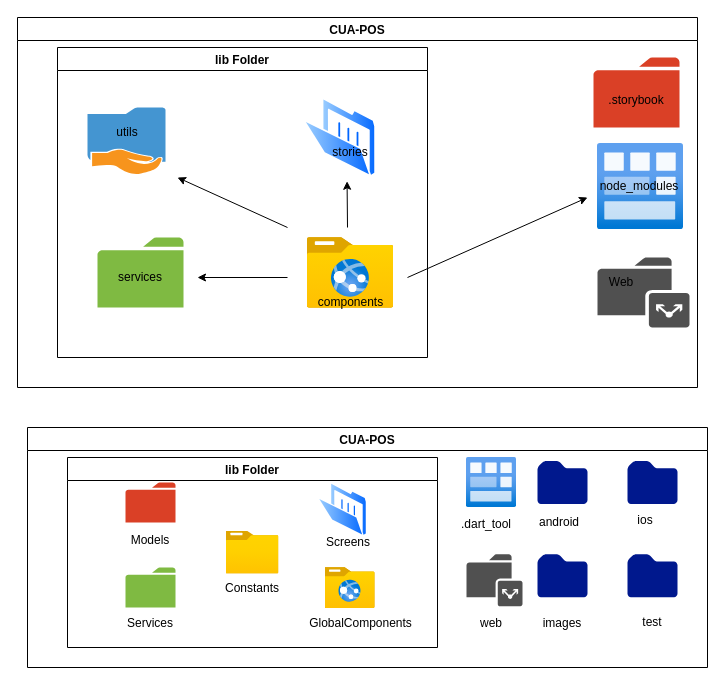
vetsonombana/diagram keeps this draw.io diagram as image/flutter-structuration.drawio. Above is the earlier version. Source tidied: cells renumbered, new cells numbered last; positions are measured from the earlier drawing's top-left corner, leaving out a move shared by most shapes. Both pictures are drawn from the tidied source at 100%, with x=0, y=0 at pixel (17, 17).
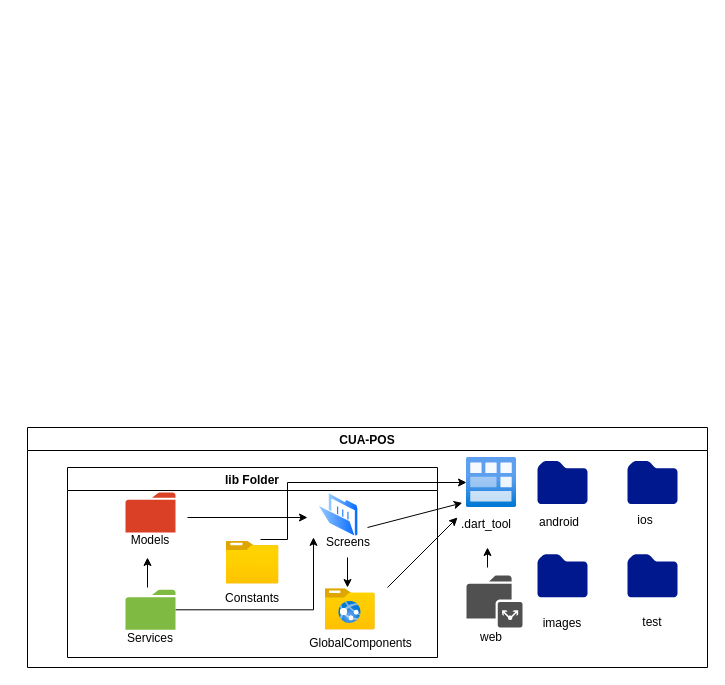
The same diagram, later.

The change refers to these unchanged cells:
```xml
<mxCell id="22" value="CUA-POS" style="swimlane;" parent="1" vertex="1">
  <mxGeometry x="10" y="410" width="680" height="240" as="geometry" />
</mxCell>
<mxCell id="24" style="html=1;points=[];align=center;image;fontSize=12;image=img/lib/azure2/general/Module.svg;" parent="22" vertex="1">
  <mxGeometry x="439" y="30" width="50" height="50" as="geometry" />
</mxCell>
```

Change to the diagram source:
```diff
@@
-    <mxCell id="2" value="CUA-POS" style="swimlane;" parent="1" vertex="1">
-      <mxGeometry width="680" height="370" as="geometry" />
-    </mxCell>
-    <mxCell id="3" style="shadow=0;dashed=0;html=1;strokeColor=none;fillColor=#505050;labelPosition=center;verticalLabelPosition=bottom;verticalAlign=top;align=center;shape=mxgraph.office.concepts.folder_public;" parent="2" vertex="1">
-      <mxGeometry x="580" y="240" width="92" height="70" as="geometry" />
-    </mxCell>
-    <mxCell id="4" style="html=1;align=center;image;fontSize=12;image=img/lib/azure2/general/Module.svg;" parent="2" vertex="1">
-      <mxGeometry x="580" y="126" width="86" height="86" as="geometry" />
-    </mxCell>
-    <mxCell id="5" value="node_modules&lt;br&gt;" style="text;html=1;strokeColor=none;fillColor=none;align=center;verticalAlign=middle;whiteSpace=wrap;rounded=0;" parent="2" vertex="1">
-      <mxGeometry x="602" y="159" width="40" height="20" as="geometry" />
-    </mxCell>
-    <mxCell id="6" value="Web" style="text;html=1;strokeColor=none;fillColor=none;align=center;verticalAlign=middle;whiteSpace=wrap;rounded=0;" parent="2" vertex="1">
-      <mxGeometry x="584" y="255" width="40" height="20" as="geometry" />
-    </mxCell>
-    <mxCell id="7" value="lib Folder" style="swimlane;" parent="2" vertex="1">
-      <mxGeometry x="40" y="30" width="370" height="310" as="geometry" />
-    </mxCell>
-    <mxCell id="8" style="html=1;align=center;image;fontSize=12;image=img/lib/azure2/general/Folder_Website.svg;" parent="7" vertex="1">
-      <mxGeometry x="250" y="190" width="86" height="70.8" as="geometry" />
-    </mxCell>
-    <mxCell id="9" style="perimeter=ellipsePerimeter;html=1;align=center;shadow=0;dashed=0;spacingTop=3;image;image=img/lib/active_directory/folder_open.svg;" parent="7" vertex="1">
-      <mxGeometry x="245.5" y="50" width="73.6" height="80" as="geometry" />
-    </mxCell>
-    <mxCell id="10" style="shadow=0;dashed=0;html=1;strokeColor=none;labelPosition=center;verticalLabelPosition=bottom;verticalAlign=top;align=center;shape=mxgraph.office.concepts.folder;fillColor=#7FBA42;" parent="7" vertex="1">
-      <mxGeometry x="40" y="190" width="86" height="70" as="geometry" />
-    </mxCell>
-    <mxCell id="11" value="stories&lt;br&gt;" style="text;html=1;strokeColor=none;fillColor=none;align=center;verticalAlign=middle;whiteSpace=wrap;rounded=0;" parent="7" vertex="1">
-      <mxGeometry x="270.2" y="95" width="45.5" height="20" as="geometry" />
-    </mxCell>
-    <mxCell id="12" value="components" style="text;html=1;strokeColor=none;fillColor=none;align=center;verticalAlign=middle;whiteSpace=wrap;rounded=0;" parent="7" vertex="1">
-      <mxGeometry x="257.5" y="240" width="71" height="30" as="geometry" />
-    </mxCell>
-    <mxCell id="13" value="services" style="text;html=1;strokeColor=none;fillColor=none;align=center;verticalAlign=middle;whiteSpace=wrap;rounded=0;" parent="7" vertex="1">
-      <mxGeometry x="63" y="220" width="40" height="20" as="geometry" />
-    </mxCell>
-    <mxCell id="14" style="shadow=0;dashed=0;html=1;strokeColor=none;labelPosition=center;verticalLabelPosition=bottom;verticalAlign=top;align=center;shape=mxgraph.office.concepts.folder;fillColor=#DA4026;" parent="2" vertex="1">
-      <mxGeometry x="576" y="40" width="86" height="70" as="geometry" />
-    </mxCell>
-    <mxCell id="15" value=".storybook" style="text;html=1;strokeColor=none;fillColor=none;align=center;verticalAlign=middle;whiteSpace=wrap;rounded=0;" parent="2" vertex="1">
-      <mxGeometry x="576" y="70" width="86" height="25" as="geometry" />
-    </mxCell>
-    <mxCell id="16" style="shadow=0;dashed=0;html=1;strokeColor=none;fillColor=#4495D1;labelPosition=center;verticalLabelPosition=bottom;verticalAlign=top;align=center;shape=mxgraph.veeam.shared_folder;" parent="1" vertex="1">
-      <mxGeometry x="70" y="90" width="78" height="67" as="geometry" />
-    </mxCell>
-    <mxCell id="17" value="utils" style="text;html=1;strokeColor=none;fillColor=none;align=center;verticalAlign=middle;whiteSpace=wrap;rounded=0;" parent="1" vertex="1">
-      <mxGeometry x="90" y="105" width="40" height="20" as="geometry" />
-    </mxCell>
-    <mxCell id="18" style="endArrow=classic;html=1;" parent="1" edge="1">
-      <mxGeometry relative="1" as="geometry">
-        <mxPoint x="390" y="260" as="sourcePoint" />
-        <mxPoint x="570" y="180" as="targetPoint" />
-      </mxGeometry>
-    </mxCell>
-    <mxCell id="19" style="endArrow=classic;html=1;" parent="1" edge="1">
-      <mxGeometry relative="1" as="geometry">
-        <mxPoint x="270" y="260" as="sourcePoint" />
-        <mxPoint x="180" y="260" as="targetPoint" />
-      </mxGeometry>
-    </mxCell>
-    <mxCell id="20" style="endArrow=classic;html=1;entryX=0.599;entryY=1.047;entryDx=0;entryDy=0;entryPerimeter=0;" parent="1" edge="1" target="9">
-      <mxGeometry relative="1" as="geometry">
-        <mxPoint x="330" y="210" as="sourcePoint" />
-      </mxGeometry>
-    </mxCell>
-    <mxCell id="21" style="endArrow=classic;html=1;" parent="1" edge="1">
-      <mxGeometry relative="1" as="geometry">
-        <mxPoint x="270" y="210" as="sourcePoint" />
-        <mxPoint x="160" y="160" as="targetPoint" />
-      </mxGeometry>
-    </mxCell>
@@
     <mxCell id="23" style="shadow=0;dashed=0;html=1;strokeColor=none;fillColor=#505050;labelPosition=center;verticalLabelPosition=bottom;verticalAlign=top;align=center;shape=mxgraph.office.concepts.folder_public;" parent="22" vertex="1">
-      <mxGeometry x="439" y="126.8" width="56" height="52" as="geometry" />
+      <mxGeometry x="439" y="148" width="56" height="52" as="geometry" />
     </mxCell>
@@
     <mxCell id="26" value="web" style="text;html=1;strokeColor=none;fillColor=none;align=center;verticalAlign=middle;whiteSpace=wrap;rounded=0;" parent="22" vertex="1">
-      <mxGeometry x="444" y="185.8" width="40" height="20" as="geometry" />
+      <mxGeometry x="444" y="200" width="40" height="20" as="geometry" />
     </mxCell>
     <mxCell id="27" value="lib Folder" style="swimlane;" parent="22" vertex="1">
-      <mxGeometry x="40" y="30" width="370" height="190" as="geometry" />
+      <mxGeometry x="40" y="40" width="370" height="190" as="geometry" />
     </mxCell>
     <mxCell id="28" style="html=1;align=center;image;fontSize=12;image=img/lib/azure2/general/Folder_Website.svg;" parent="27" vertex="1">
-      <mxGeometry x="257.5" y="110" width="50" height="41.2" as="geometry" />
+      <mxGeometry x="257.5" y="121.2" width="50" height="41.2" as="geometry" />
     </mxCell>
     <mxCell id="29" style="perimeter=ellipsePerimeter;html=1;align=center;shadow=0;dashed=0;spacingTop=3;image;image=img/lib/active_directory/folder_open.svg;" parent="27" vertex="1">
-      <mxGeometry x="250" y="25" width="50" height="54.4" as="geometry" />
+      <mxGeometry x="250" y="25" width="41.4" height="45" as="geometry" />
     </mxCell>
+    <mxCell id="46" style="edgeStyle=orthogonalEdgeStyle;rounded=0;jettySize=auto;html=1;entryX=-0.097;entryY=0.996;entryDx=0;entryDy=0;entryPerimeter=0;" parent="27" edge="1" source="30" target="29">
+      <mxGeometry relative="1" as="geometry" />
+    </mxCell>
     <mxCell id="30" style="shadow=0;dashed=0;html=1;strokeColor=none;labelPosition=center;verticalLabelPosition=bottom;verticalAlign=top;outlineConnect=0;align=center;shape=mxgraph.office.concepts.folder;fillColor=#7FBA42;" parent="27" vertex="1">
-      <mxGeometry x="58" y="110" width="50" height="40" as="geometry" />
+      <mxGeometry x="58" y="122.3" width="50" height="40" as="geometry" />
     </mxCell>
     <mxCell id="31" value="Screens" style="text;html=1;strokeColor=none;fillColor=none;align=center;verticalAlign=middle;whiteSpace=wrap;rounded=0;" parent="27" vertex="1">
-      <mxGeometry x="257.5" y="75" width="45.5" height="20" as="geometry" />
+      <mxGeometry x="257.5" y="65" width="45.5" height="20" as="geometry" />
     </mxCell>
     <mxCell id="32" value="GlobalComponents" style="text;html=1;strokeColor=none;fillColor=none;align=center;verticalAlign=middle;whiteSpace=wrap;rounded=0;" parent="27" vertex="1">
-      <mxGeometry x="257.5" y="151.2" width="71" height="30" as="geometry" />
+      <mxGeometry x="257.5" y="161.2" width="71" height="30" as="geometry" />
     </mxCell>
     <mxCell id="33" value="Services" style="text;html=1;strokeColor=none;fillColor=none;align=center;verticalAlign=middle;whiteSpace=wrap;rounded=0;" parent="27" vertex="1">
-      <mxGeometry x="63" y="156.2" width="40" height="20" as="geometry" />
+      <mxGeometry x="63" y="161.2" width="40" height="20" as="geometry" />
     </mxCell>
@@
     <mxCell id="35" value="Models" style="text;html=1;strokeColor=none;fillColor=none;align=center;verticalAlign=middle;whiteSpace=wrap;rounded=0;" parent="27" vertex="1">
-      <mxGeometry x="40" y="70" width="86" height="25" as="geometry" />
+      <mxGeometry x="40" y="60" width="86" height="25" as="geometry" />
     </mxCell>
@@
+    <mxCell id="47" style="endArrow=classic;html=1;" parent="27" edge="1">
+      <mxGeometry relative="1" as="geometry">
+        <mxPoint x="80" y="120" as="sourcePoint" />
+        <mxPoint x="80" y="90" as="targetPoint" />
+      </mxGeometry>
+    </mxCell>
@@
+    <mxCell id="48" style="endArrow=classic;html=1;" parent="22" edge="1">
+      <mxGeometry relative="1" as="geometry">
+        <mxPoint x="360" y="160" as="sourcePoint" />
+        <mxPoint x="430" y="90" as="targetPoint" />
+      </mxGeometry>
+    </mxCell>
+    <mxCell id="49" style="edgeStyle=orthogonalEdgeStyle;rounded=0;jettySize=auto;html=1;" parent="22" edge="1" target="24">
+      <mxGeometry relative="1" as="geometry">
+        <mxPoint x="233" y="112" as="sourcePoint" />
+        <Array as="points">
+          <mxPoint x="260" y="112" />
+          <mxPoint x="260" y="55" />
+        </Array>
+      </mxGeometry>
+    </mxCell>
+    <mxCell id="50" style="endArrow=classic;html=1;" parent="1" edge="1">
+      <mxGeometry relative="1" as="geometry">
+        <mxPoint x="330" y="540" as="sourcePoint" />
+        <mxPoint x="330" y="570" as="targetPoint" />
+      </mxGeometry>
+    </mxCell>
+    <mxCell id="51" style="endArrow=classic;html=1;entryX=-0.084;entryY=0.908;entryDx=0;entryDy=0;entryPerimeter=0;" parent="1" edge="1" target="24">
+      <mxGeometry relative="1" as="geometry">
+        <mxPoint x="350" y="510" as="sourcePoint" />
+      </mxGeometry>
+    </mxCell>
+    <mxCell id="52" style="endArrow=classic;html=1;" parent="1" edge="1">
+      <mxGeometry relative="1" as="geometry">
+        <mxPoint x="170" y="500" as="sourcePoint" />
+        <mxPoint x="290" y="500" as="targetPoint" />
+      </mxGeometry>
+    </mxCell>
+    <mxCell id="53" style="endArrow=classic;html=1;" parent="1" edge="1">
+      <mxGeometry relative="1" as="geometry">
+        <mxPoint x="470" y="550" as="sourcePoint" />
+        <mxPoint x="470" y="530" as="targetPoint" />
+      </mxGeometry>
+    </mxCell>
```
